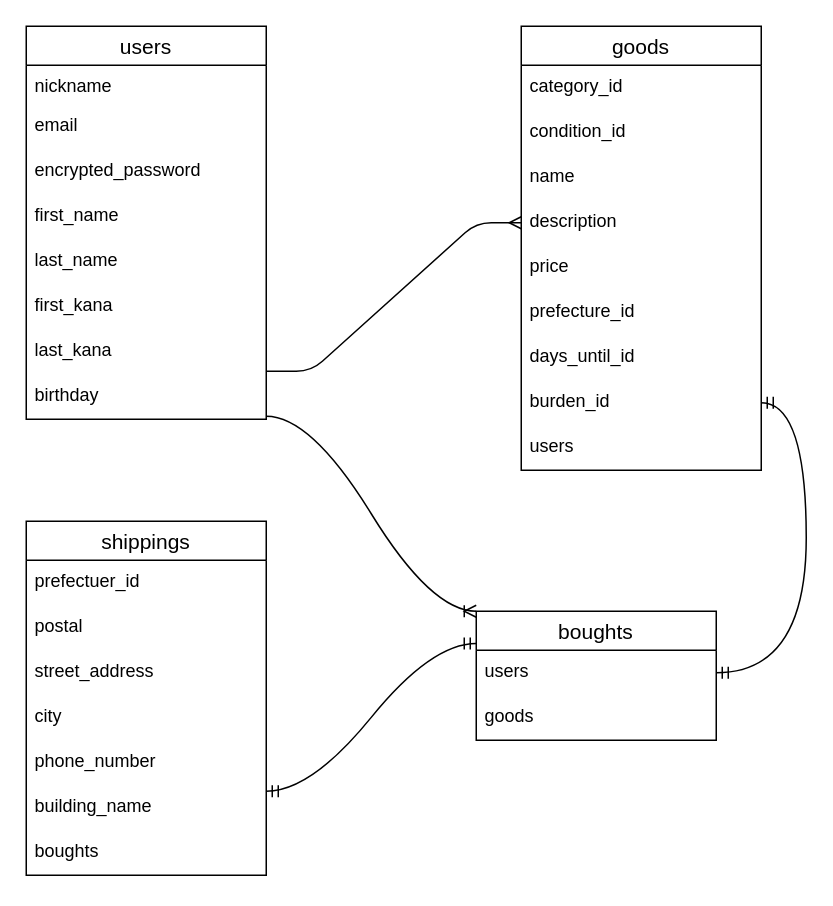
Before: test.dio in mikuto17/furima-40060, a draw.io diagram. Source tidied: cells renumbered, new cells numbered last; positions are measured from the earlier drawing's top-left corner, leaving out a move shared by most shapes. Both pictures are drawn from the tidied source at 150%, with x=0, y=0 at pixel (26, 26).
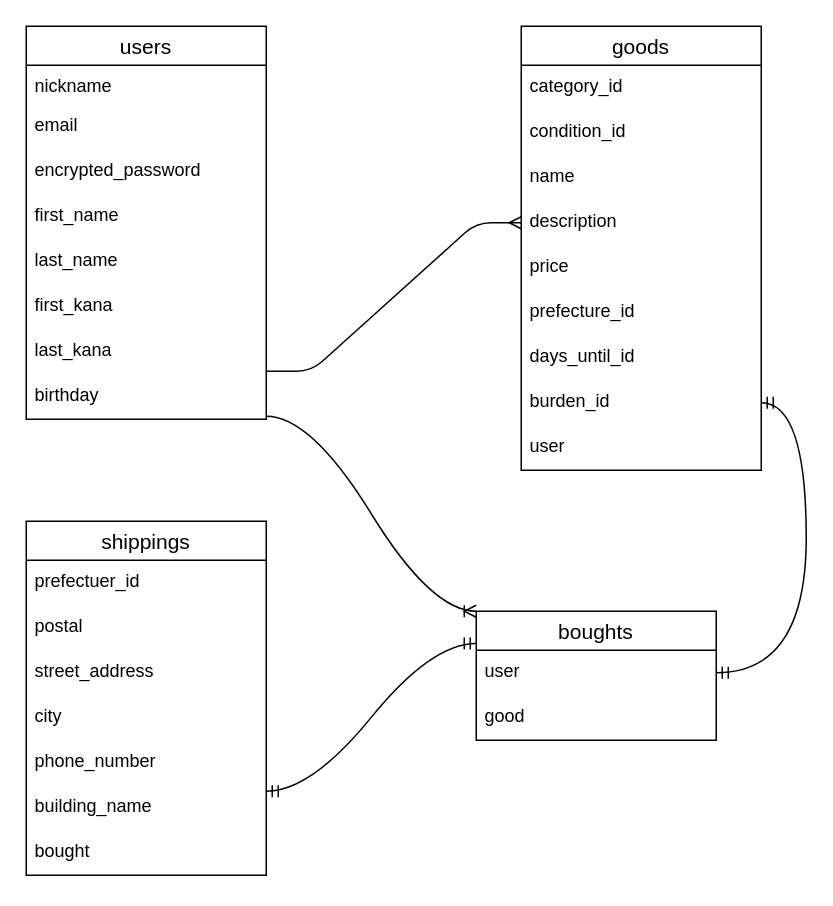
Above is the later version.

Commit message (it also covers changes not shown here):
ER図作成、README記載の修正３

Unchanged cells that the change refers to:
```xml
<mxCell id="11" value="goods" style="swimlane;fontStyle=0;horizontal=1;startSize=26;align=center;fontSize=14;" parent="1" vertex="1">
  <mxGeometry x="330" width="160" height="296" as="geometry" />
</mxCell>
<mxCell id="21" value="boughts" style="swimlane;fontStyle=0;horizontal=1;startSize=26;align=center;fontSize=14;" parent="1" vertex="1">
  <mxGeometry x="300" y="390" width="160" height="86" as="geometry" />
</mxCell>
<mxCell id="25" value="shippings" style="swimlane;fontStyle=0;horizontal=1;startSize=26;align=center;fontSize=14;" parent="1" vertex="1">
  <mxGeometry y="330" width="160" height="236" as="geometry" />
</mxCell>
```

The edit, as a diff of the source:
```diff
@@
-    <mxCell id="20" value="users" style="text;strokeColor=none;fillColor=none;spacingLeft=4;spacingRight=4;overflow=hidden;fontSize=12;" parent="11" vertex="1">
+    <mxCell id="20" value="user" style="text;strokeColor=none;fillColor=none;spacingLeft=4;spacingRight=4;overflow=hidden;fontSize=12;" parent="11" vertex="1">
       <mxGeometry y="266" width="160" height="30" as="geometry" />
     </mxCell>
@@
-    <mxCell id="22" value="users" style="text;strokeColor=none;fillColor=none;spacingLeft=4;spacingRight=4;overflow=hidden;points=[[0,0.5],[1,0.5]];portConstraint=eastwest;fontSize=12;" parent="21" vertex="1">
+    <mxCell id="22" value="user" style="text;strokeColor=none;fillColor=none;spacingLeft=4;spacingRight=4;overflow=hidden;points=[[0,0.5],[1,0.5]];portConstraint=eastwest;fontSize=12;" parent="21" vertex="1">
       <mxGeometry y="26" width="160" height="30" as="geometry" />
     </mxCell>
-    <mxCell id="23" value="goods" style="text;strokeColor=none;fillColor=none;spacingLeft=4;spacingRight=4;overflow=hidden;fontSize=12;" parent="21" vertex="1">
+    <mxCell id="23" value="good" style="text;strokeColor=none;fillColor=none;spacingLeft=4;spacingRight=4;overflow=hidden;fontSize=12;" parent="21" vertex="1">
       <mxGeometry y="56" width="160" height="30" as="geometry" />
     </mxCell>
@@
-    <mxCell id="32" value="boughts" style="text;strokeColor=none;fillColor=none;spacingLeft=4;spacingRight=4;overflow=hidden;fontSize=12;" parent="25" vertex="1">
+    <mxCell id="32" value="bought" style="text;strokeColor=none;fillColor=none;spacingLeft=4;spacingRight=4;overflow=hidden;fontSize=12;" parent="25" vertex="1">
       <mxGeometry y="206" width="160" height="30" as="geometry" />
     </mxCell>
```
